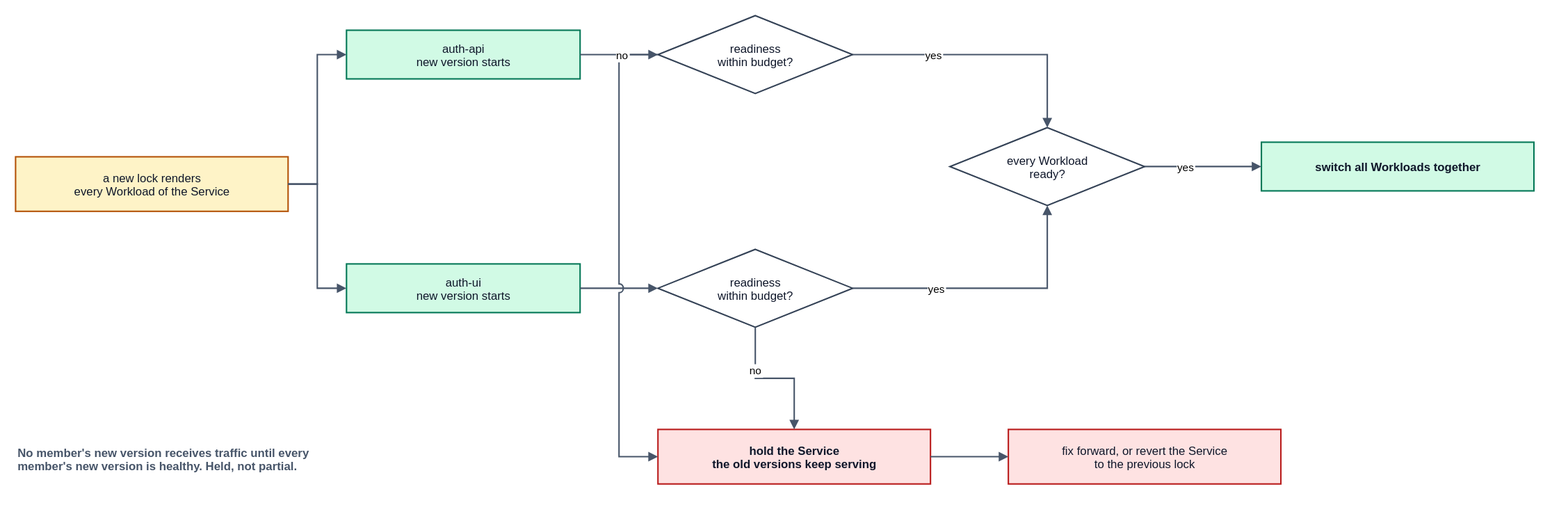
This is spec/v1/diagrams/50-release-unit-switchover.drawio.svg from JorisJonkers-dev/deploy-kit, a draw.io export, as it was before one commit. Source tidied: cells renumbered, new cells last; positions are measured from the earlier drawing's top-left corner, leaving out a move shared by most shapes.
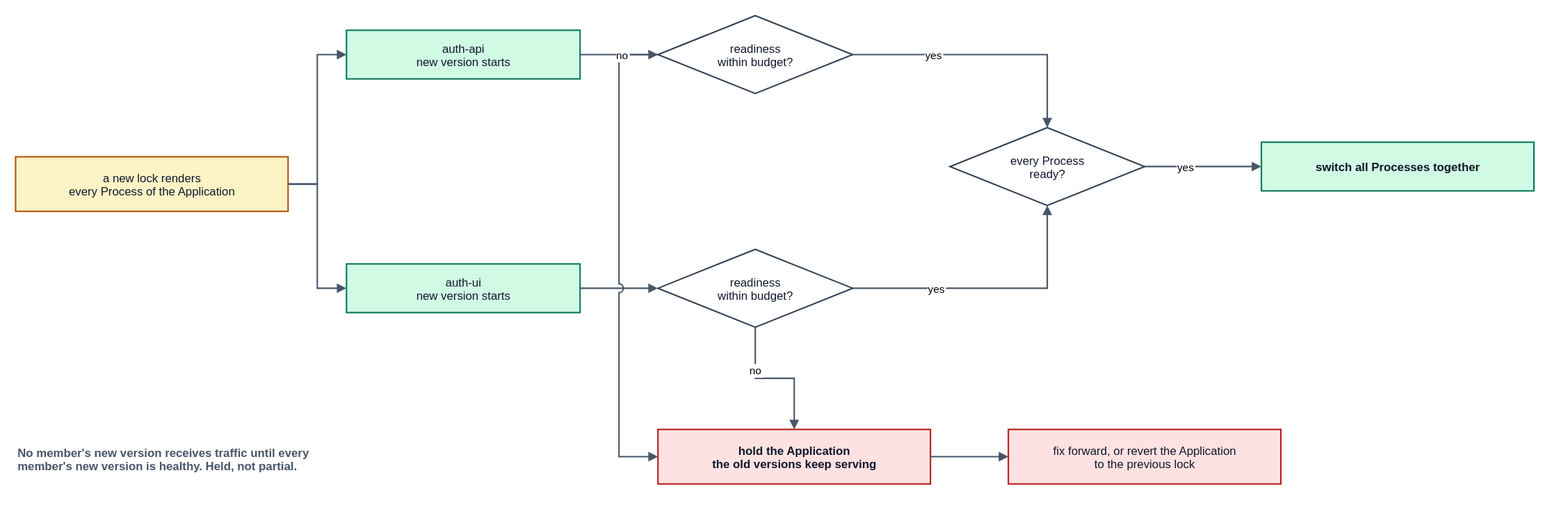
The same diagram one commit later.

The edit, as a diff of the source:
```diff
@@ -2,7 +2,7 @@
   <root>
     <mxCell id="0" />
     <mxCell id="1" parent="0" />
-    <mxCell id="2" value="a new lock renders&#10;every Workload of the Service" style="rounded=0;whiteSpace=nowrap;html=0;align=center;verticalAlign=middle;fillColor=#fef3c7;strokeColor=#b45309;strokeWidth=1.5;fontFamily=Helvetica;fontSize=12;fontColor=#0f172a;" parent="1" vertex="1">
+    <mxCell id="2" value="a new lock renders&#10;every Process of the Application" style="rounded=0;whiteSpace=nowrap;html=0;align=center;verticalAlign=middle;fillColor=#fef3c7;strokeColor=#b45309;strokeWidth=1.5;fontFamily=Helvetica;fontSize=12;fontColor=#0f172a;" parent="1" vertex="1">
       <mxGeometry y="145" width="280" height="56" as="geometry" />
     </mxCell>
     <mxCell id="3" value="auth-api&#10;new version starts" style="rounded=0;whiteSpace=nowrap;html=0;align=center;verticalAlign=middle;fillColor=#d1fae5;strokeColor=#047857;strokeWidth=1.5;fontFamily=Helvetica;fontSize=12;fontColor=#0f172a;" parent="1" vertex="1">
@@ -17,16 +17,16 @@
     <mxCell id="6" value="readiness&#10;within budget?" style="rhombus;rounded=0;whiteSpace=nowrap;html=0;align=center;verticalAlign=middle;fillColor=#ffffff;strokeColor=#334155;strokeWidth=1.5;fontFamily=Helvetica;fontSize=12;fontColor=#0f172a;" parent="1" vertex="1">
       <mxGeometry x="660" y="240" width="200" height="80" as="geometry" />
     </mxCell>
-    <mxCell id="7" value="every Workload&#10;ready?" style="rhombus;rounded=0;whiteSpace=nowrap;html=0;align=center;verticalAlign=middle;fillColor=#ffffff;strokeColor=#334155;strokeWidth=1.5;fontFamily=Helvetica;fontSize=12;fontColor=#0f172a;" parent="1" vertex="1">
+    <mxCell id="7" value="every Process&#10;ready?" style="rhombus;rounded=0;whiteSpace=nowrap;html=0;align=center;verticalAlign=middle;fillColor=#ffffff;strokeColor=#334155;strokeWidth=1.5;fontFamily=Helvetica;fontSize=12;fontColor=#0f172a;" parent="1" vertex="1">
       <mxGeometry x="960" y="115" width="200" height="80" as="geometry" />
     </mxCell>
-    <mxCell id="8" value="switch all Workloads together" style="rounded=0;whiteSpace=nowrap;html=0;align=center;verticalAlign=middle;fillColor=#d1fae5;strokeColor=#047857;strokeWidth=1.5;fontFamily=Helvetica;fontSize=12;fontColor=#0f172a;fontStyle=1;" parent="1" vertex="1">
+    <mxCell id="8" value="switch all Processes together" style="rounded=0;whiteSpace=nowrap;html=0;align=center;verticalAlign=middle;fillColor=#d1fae5;strokeColor=#047857;strokeWidth=1.5;fontFamily=Helvetica;fontSize=12;fontColor=#0f172a;fontStyle=1;" parent="1" vertex="1">
       <mxGeometry x="1280" y="130" width="280" height="50" as="geometry" />
     </mxCell>
-    <mxCell id="9" value="hold the Service&#10;the old versions keep serving" style="rounded=0;whiteSpace=nowrap;html=0;align=center;verticalAlign=middle;fillColor=#fee2e2;strokeColor=#b91c1c;strokeWidth=1.5;fontFamily=Helvetica;fontSize=12;fontColor=#0f172a;fontStyle=1;" parent="1" vertex="1">
+    <mxCell id="9" value="hold the Application&#10;the old versions keep serving" style="rounded=0;whiteSpace=nowrap;html=0;align=center;verticalAlign=middle;fillColor=#fee2e2;strokeColor=#b91c1c;strokeWidth=1.5;fontFamily=Helvetica;fontSize=12;fontColor=#0f172a;fontStyle=1;" parent="1" vertex="1">
       <mxGeometry x="660" y="425" width="280" height="56" as="geometry" />
     </mxCell>
-    <mxCell id="10" value="fix forward, or revert the Service&#10;to the previous lock" style="rounded=0;whiteSpace=nowrap;html=0;align=center;verticalAlign=middle;fillColor=#fee2e2;strokeColor=#b91c1c;strokeWidth=1.5;fontFamily=Helvetica;fontSize=12;fontColor=#0f172a;" parent="1" vertex="1">
+    <mxCell id="10" value="fix forward, or revert the Application&#10;to the previous lock" style="rounded=0;whiteSpace=nowrap;html=0;align=center;verticalAlign=middle;fillColor=#fee2e2;strokeColor=#b91c1c;strokeWidth=1.5;fontFamily=Helvetica;fontSize=12;fontColor=#0f172a;" parent="1" vertex="1">
       <mxGeometry x="1020" y="425" width="280" height="56" as="geometry" />
     </mxCell>
     <mxCell id="11" style="edgeStyle=orthogonalEdgeStyle;rounded=0;html=0;jettySize=auto;jumpStyle=arc;jumpSize=8;endArrow=block;endFill=1;strokeColor=#475569;strokeWidth=1.5;fontSize=11;fontFamily=Helvetica;labelBackgroundColor=#ffffff;exitX=1;exitY=0.5;exitDx=0;exitDy=0;entryX=0;entryY=0.5;entryDx=0;entryDy=0;" parent="1" edge="1" source="2" target="3">
```
